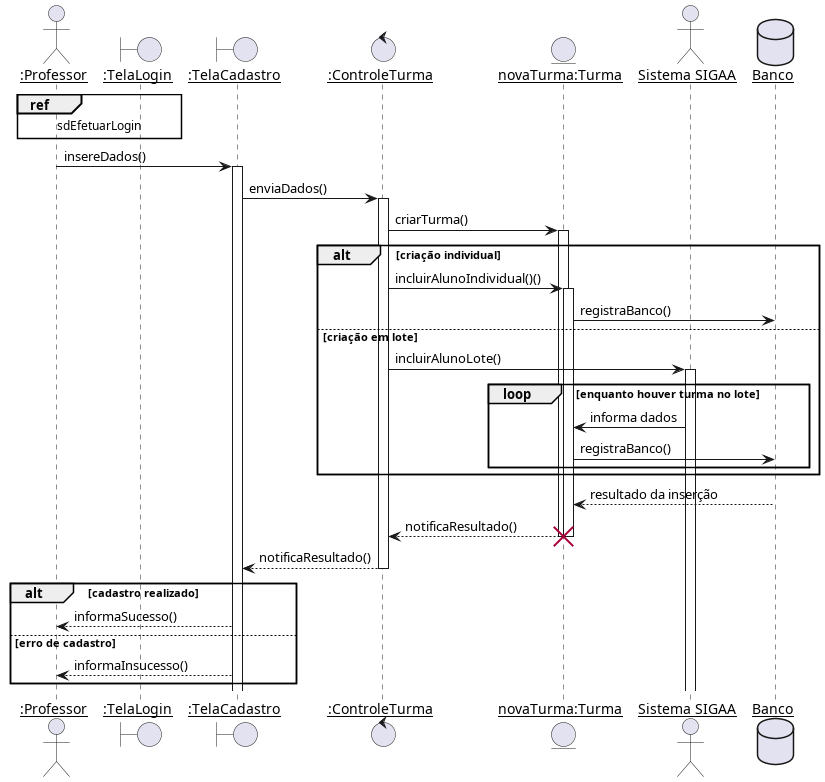
Pedro-V/projetorium keeps this PlantUML diagram as diagramas/sequencia/manter_turma.png. Above is the earlier version.
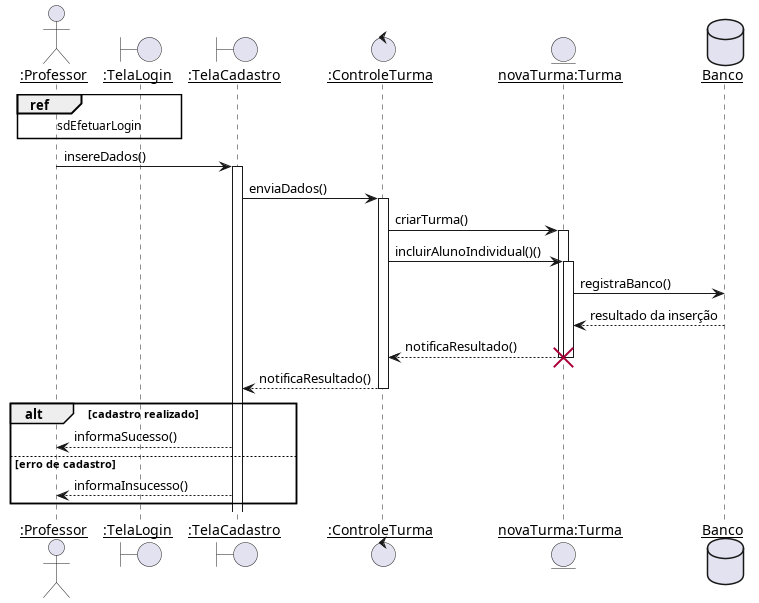
The same file after the commit.

Diff of the diagram source:
```diff
@@ -6,23 +6,14 @@
 boundary ":TelaCadastro"    as TelaCadastro
 control ":ControleTurma" as ControleTurma
 entity "novaTurma:Turma" as novaTurma
-actor "Sistema SIGAA" as SIGAA
 database Banco
 
 ref over Professor, TelaLogin : sdEfetuarLogin
 Professor -> TelaCadastro ++: insereDados()
 TelaCadastro -> ControleTurma ++: enviaDados()
 ControleTurma -> novaTurma ++: criarTurma()
-alt criação individual
-    ControleTurma -> novaTurma ++: incluirAlunoIndividual()()
-    novaTurma -> Banco : registraBanco()
-else criação em lote
-    ControleTurma -> SIGAA ++: incluirAlunoLote()
-    loop enquanto houver turma no lote
-        SIGAA -> novaTurma : informa dados
-        novaTurma -> Banco : registraBanco()
-    end
-end
+ControleTurma -> novaTurma ++: incluirAlunoIndividual()()
+novaTurma -> Banco : registraBanco()
 Banco --> novaTurma : resultado da inserção
 novaTurma --> ControleTurma --: notificaResultado()
 destroy novaTurma
```
